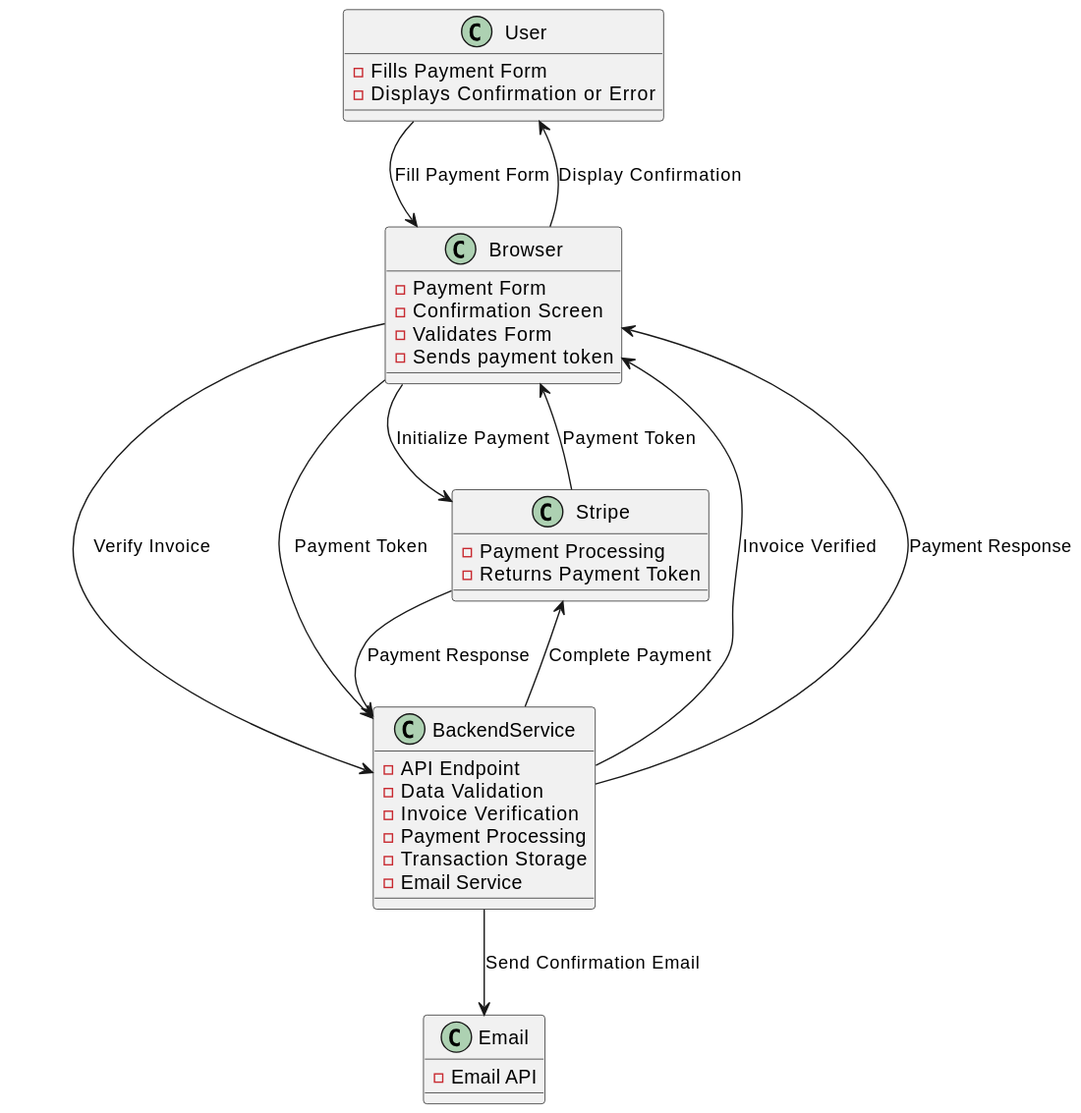
Earlier version of the PlantUML export docs/browser-data-flow.svg (PaulWheatcroft/payment).
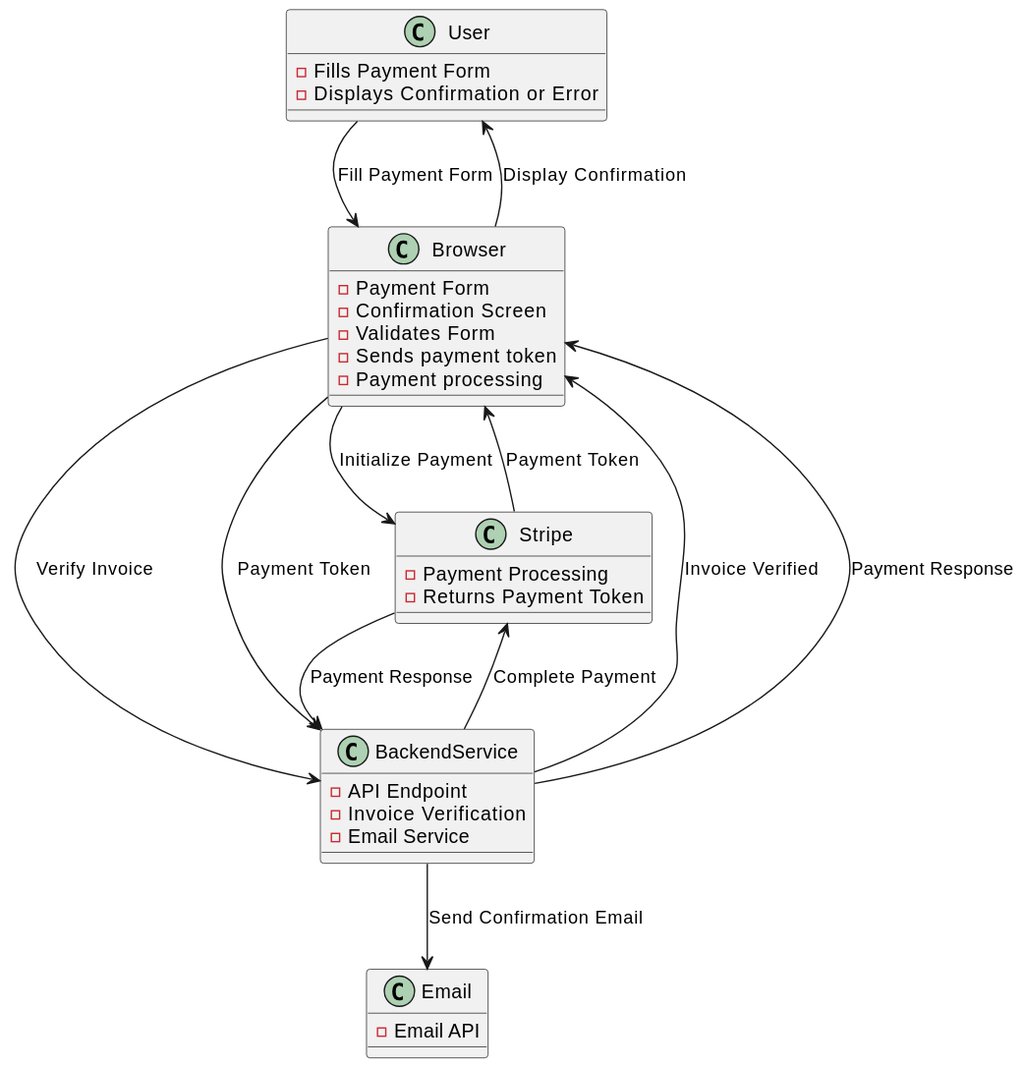
Above is the later version.

Commit message:
Updated browser flow

The edit, as a diff of the source:
```diff
@@ -11,14 +11,12 @@
   - Confirmation Screen
   - Validates Form
   - Sends payment token
+  - Payment processing
 }
 
 RECTANGLE BackendService {
   - API Endpoint
-  - Data Validation
   - Invoice Verification
-  - Payment Processing
-  - Transaction Storage
   - Email Service
 }
 
```
